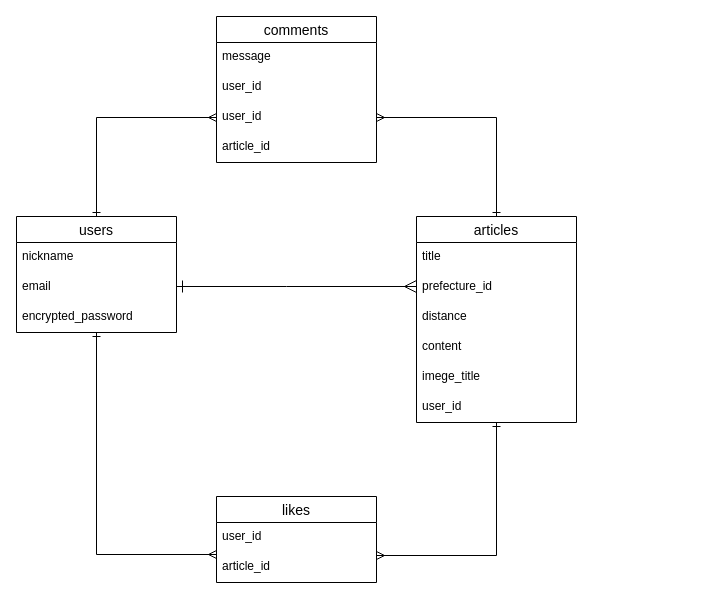
Before: ER.dio in kyoyasai/cycle-app, a draw.io diagram. Source tidied: cells renumbered, new cells numbered last; positions are measured from the earlier drawing's top-left corner, leaving out a move shared by most shapes. Both pictures are drawn from the tidied source at 100%, with x=0, y=0 at pixel (16, 16).
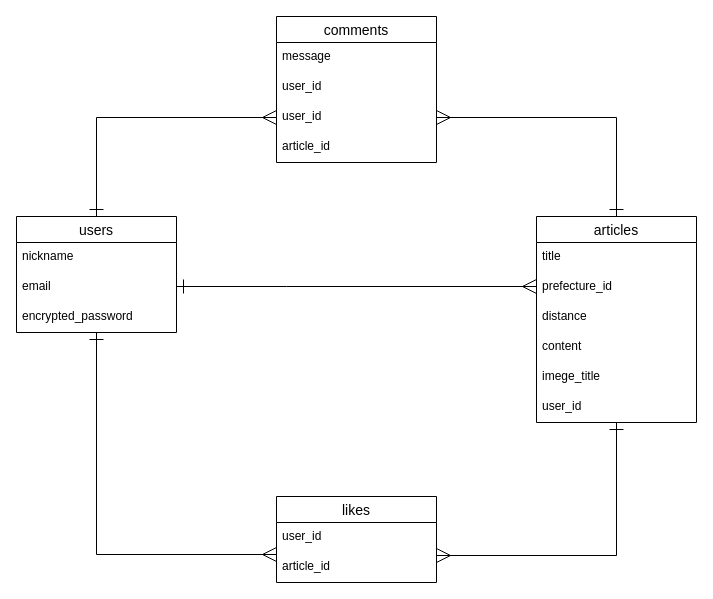
Above is the later version.

The change refers to these unchanged cells:
```xml
<mxCell id="5" value="users" style="swimlane;fontStyle=0;horizontal=1;startSize=26;align=center;fontSize=14;" parent="1" vertex="1">
  <mxGeometry y="200" width="160" height="116" as="geometry" />
</mxCell>
<mxCell id="21" value="user_id" style="text;strokeColor=none;fillColor=none;spacingLeft=4;spacingRight=4;overflow=hidden;points=[[0,0.5],[1,0.5]];portConstraint=eastwest;fontSize=12;" parent="18" vertex="1">
  <mxGeometry y="86" width="160" height="30" as="geometry" />
</mxCell>
<mxCell id="24" value="user_id" style="text;strokeColor=none;fillColor=none;spacingLeft=4;spacingRight=4;overflow=hidden;points=[[0,0.5],[1,0.5]];portConstraint=eastwest;fontSize=12;" parent="23" vertex="1">
  <mxGeometry y="26" width="160" height="30" as="geometry" />
</mxCell>
<mxCell id="25" value="article_id" style="text;strokeColor=none;fillColor=none;spacingLeft=4;spacingRight=4;overflow=hidden;points=[[0,0.5],[1,0.5]];portConstraint=eastwest;fontSize=12;" parent="23" vertex="1">
  <mxGeometry y="56" width="160" height="30" as="geometry" />
</mxCell>
```

Diff of the diagram source:
```diff
@@
-    <mxCell id="2" style="edgeStyle=orthogonalEdgeStyle;rounded=0;jettySize=auto;html=1;startArrow=ERone;startFill=0;endArrow=ERmany;endFill=0;endSize=10;startSize=10;" parent="1" edge="1" source="5" target="11">
+    <mxCell id="2" style="edgeStyle=orthogonalEdgeStyle;rounded=0;jettySize=auto;html=1;startArrow=ERone;startFill=0;endArrow=ERmany;endFill=0;endSize=12;startSize=12;" parent="1" edge="1" source="5" target="11">
       <mxGeometry relative="1" as="geometry">
         <Array as="points">
           <mxPoint x="270" y="270" />
           <mxPoint x="270" y="270" />
         </Array>
       </mxGeometry>
     </mxCell>
-    <mxCell id="3" style="edgeStyle=orthogonalEdgeStyle;rounded=0;jettySize=auto;html=1;exitX=0.5;exitY=0;exitDx=0;exitDy=0;entryX=0;entryY=0.5;entryDx=0;entryDy=0;endArrow=ERmany;endFill=0;startArrow=ERone;startFill=0;" parent="1" edge="1" source="5" target="21">
+    <mxCell id="3" style="edgeStyle=orthogonalEdgeStyle;rounded=0;jettySize=auto;html=1;exitX=0.5;exitY=0;exitDx=0;exitDy=0;entryX=0;entryY=0.5;entryDx=0;entryDy=0;endArrow=ERmany;endFill=0;startArrow=ERone;startFill=0;endSize=12;startSize=12;" parent="1" edge="1" source="5" target="21">
       <mxGeometry relative="1" as="geometry" />
     </mxCell>
-    <mxCell id="4" style="edgeStyle=orthogonalEdgeStyle;rounded=0;jettySize=auto;html=1;entryX=0;entryY=1.067;entryDx=0;entryDy=0;entryPerimeter=0;startArrow=ERone;startFill=0;endArrow=ERmany;endFill=0;" parent="1" edge="1" source="5" target="24">
+    <mxCell id="4" style="edgeStyle=orthogonalEdgeStyle;rounded=0;jettySize=auto;html=1;entryX=0;entryY=1.067;entryDx=0;entryDy=0;entryPerimeter=0;startArrow=ERone;startFill=0;endArrow=ERmany;endFill=0;endSize=12;startSize=12;" parent="1" edge="1" source="5" target="24">
       <mxGeometry relative="1" as="geometry" />
     </mxCell>
@@
-    <mxCell id="9" style="edgeStyle=orthogonalEdgeStyle;rounded=0;jettySize=auto;html=1;exitX=0.5;exitY=0;exitDx=0;exitDy=0;entryX=1;entryY=0.5;entryDx=0;entryDy=0;endArrow=ERmany;endFill=0;startArrow=ERone;startFill=0;" parent="1" edge="1" source="11" target="21">
+    <mxCell id="9" style="edgeStyle=orthogonalEdgeStyle;rounded=0;jettySize=auto;html=1;exitX=0.5;exitY=0;exitDx=0;exitDy=0;entryX=1;entryY=0.5;entryDx=0;entryDy=0;endArrow=ERmany;endFill=0;startArrow=ERone;startFill=0;endSize=12;startSize=12;" parent="1" edge="1" source="11" target="21">
       <mxGeometry relative="1" as="geometry" />
     </mxCell>
-    <mxCell id="10" style="edgeStyle=orthogonalEdgeStyle;rounded=0;jettySize=auto;html=1;entryX=1;entryY=0.1;entryDx=0;entryDy=0;entryPerimeter=0;startArrow=ERone;startFill=0;endArrow=ERmany;endFill=0;" parent="1" edge="1" source="11" target="25">
+    <mxCell id="10" style="edgeStyle=orthogonalEdgeStyle;rounded=0;jettySize=auto;html=1;entryX=1;entryY=0.1;entryDx=0;entryDy=0;entryPerimeter=0;startArrow=ERone;startFill=0;endArrow=ERmany;endFill=0;endSize=12;startSize=12;" parent="1" edge="1" source="11" target="25">
       <mxGeometry relative="1" as="geometry" />
     </mxCell>
     <mxCell id="11" value="articles" style="swimlane;fontStyle=0;horizontal=1;startSize=26;align=center;fontSize=14;" parent="1" vertex="1">
-      <mxGeometry x="400" y="200" width="160" height="206" as="geometry" />
+      <mxGeometry x="520" y="200" width="160" height="206" as="geometry" />
     </mxCell>
@@
     <mxCell id="18" value="comments" style="swimlane;fontStyle=0;horizontal=1;startSize=26;align=center;fontSize=14;" parent="1" vertex="1">
-      <mxGeometry x="200" width="160" height="146" as="geometry" />
+      <mxGeometry x="260" width="160" height="146" as="geometry" />
     </mxCell>
@@
     <mxCell id="23" value="likes" style="swimlane;fontStyle=0;horizontal=1;startSize=26;align=center;fontSize=14;" parent="1" vertex="1">
-      <mxGeometry x="200" y="480" width="160" height="86" as="geometry" />
+      <mxGeometry x="260" y="480" width="160" height="86" as="geometry" />
     </mxCell>
```
